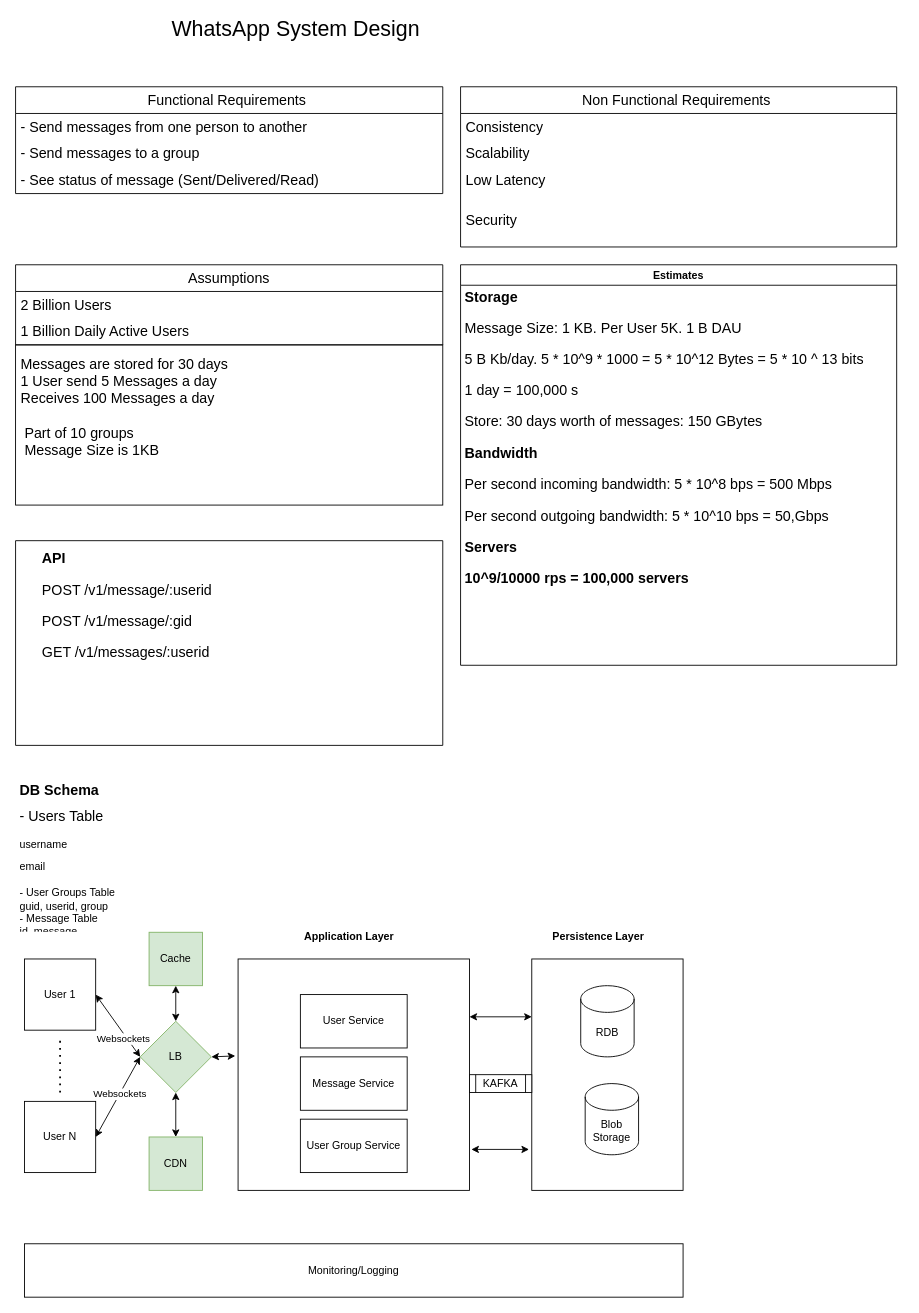
Earlier version of the draw.io diagram Whatapp.drawio (ckhamitkar/SystemDesign). Source tidied: cells renumbered, new cells numbered last; positions are measured from the earlier drawing's top-left corner, leaving out a move shared by most shapes. Both pictures are drawn from the tidied source at 89%, with x=0, y=0 at pixel (15, 15).
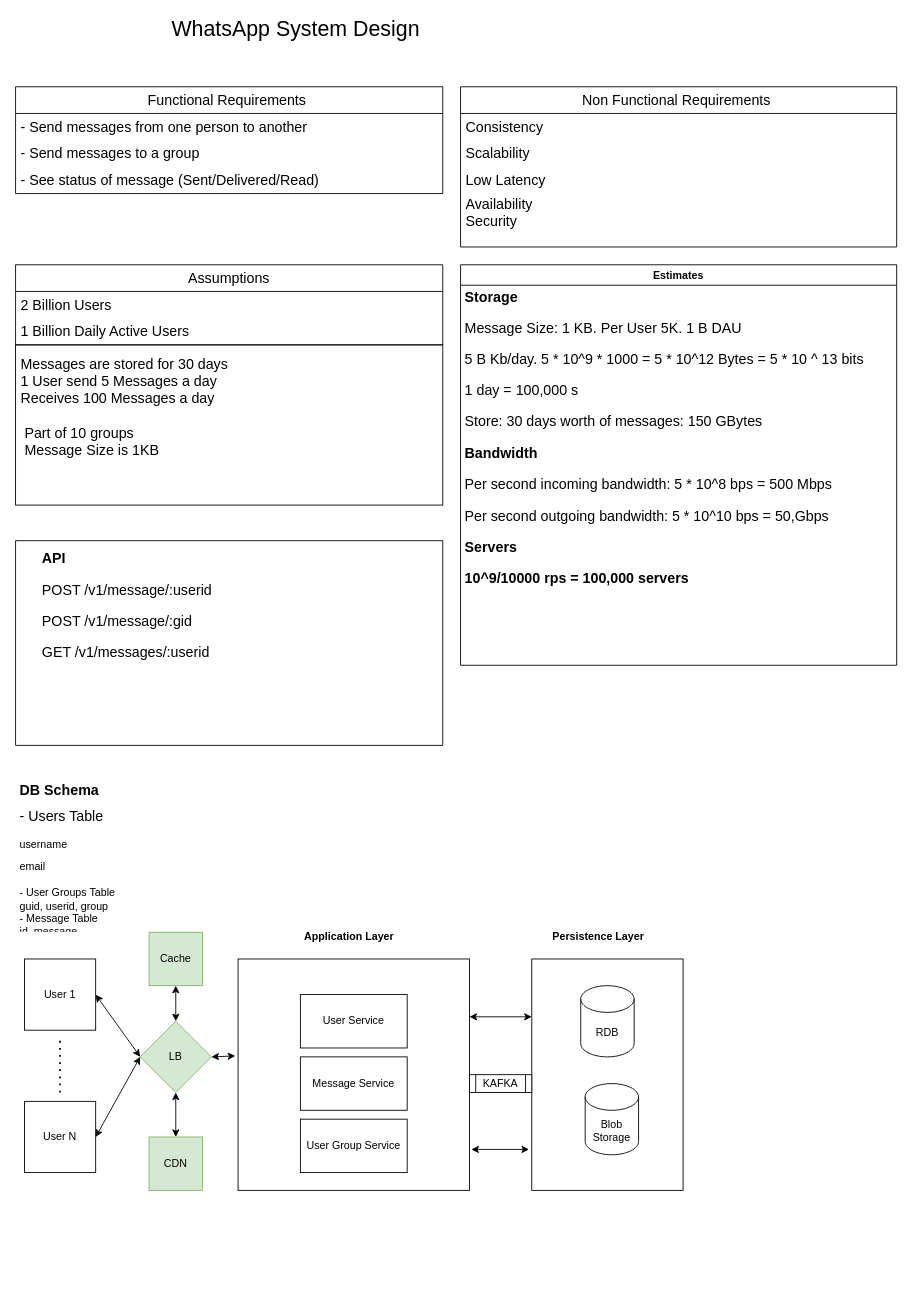
Above is the later version.

Unchanged cells that the change refers to:
```xml
<mxCell id="9" value="Non Functional Requirements&amp;nbsp;" style="swimlane;fontStyle=0;horizontal=1;startSize=30;whiteSpace=wrap;html=1;fontSize=16;" parent="1" vertex="1">
  <mxGeometry x="500" y="80" width="490" height="180" as="geometry" />
</mxCell>
<mxCell id="36" style="endArrow=classic;startArrow=classic;html=1;rounded=0;exitX=1;exitY=0.5;exitDx=0;exitDy=0;entryX=0;entryY=0.5;entryDx=0;entryDy=0;" parent="1" edge="1" source="24" target="28">
  <mxGeometry relative="1" as="geometry" />
</mxCell>
<mxCell id="38" style="endArrow=classic;startArrow=classic;html=1;rounded=0;exitX=1;exitY=0.5;exitDx=0;exitDy=0;" parent="1" edge="1" source="25">
  <mxGeometry relative="1" as="geometry">
    <mxPoint x="140" y="1170" as="targetPoint" />
  </mxGeometry>
</mxCell>
```

Diff of the diagram source:
```diff
@@
-    <mxCell id="13" value="Security&lt;br&gt;" style="text;strokeColor=none;fillColor=none;align=left;verticalAlign=middle;spacingLeft=4;spacingRight=4;overflow=hidden;whiteSpace=wrap;html=1;fontSize=16;" parent="9" vertex="1">
+    <mxCell id="13" value="Availability&lt;br&gt;Security&lt;br&gt;&lt;br&gt;" style="text;strokeColor=none;fillColor=none;align=left;verticalAlign=middle;spacingLeft=4;spacingRight=4;overflow=hidden;whiteSpace=wrap;html=1;fontSize=16;" parent="9" vertex="1">
       <mxGeometry y="120" width="490" height="60" as="geometry" />
     </mxCell>
@@
-    <mxCell id="37" value="Websockets" style="edgeLabel;html=1;align=center;verticalAlign=middle;" parent="36" vertex="1">
-      <mxGeometry x="-0.02" y="1" relative="1" as="geometry">
-        <mxPoint x="5" y="16" as="offset" />
-      </mxGeometry>
-    </mxCell>
@@
-    <mxCell id="39" value="Websockets" style="edgeLabel;html=1;align=center;verticalAlign=middle;" parent="38" vertex="1">
-      <mxGeometry x="0.07" relative="1" as="geometry" />
-    </mxCell>
@@
-    <mxCell id="50" value="Monitoring/Logging" style="rounded=0;whiteSpace=wrap;html=1;" parent="1" vertex="1">
-      <mxGeometry x="10" y="1380" width="740" height="60" as="geometry" />
-    </mxCell>
```
